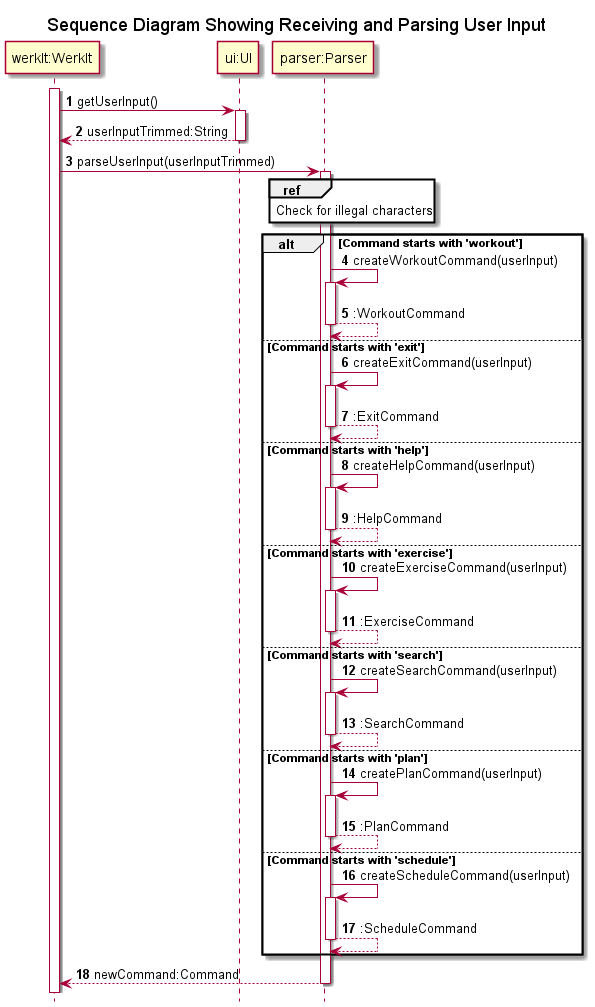
The PlantUML diagram docs/uml/sequenceDiagrams/miscellaneous/images/obtainAndParseUserInput.png in nus-cs2113-AY2122S2/tp, before a commit.
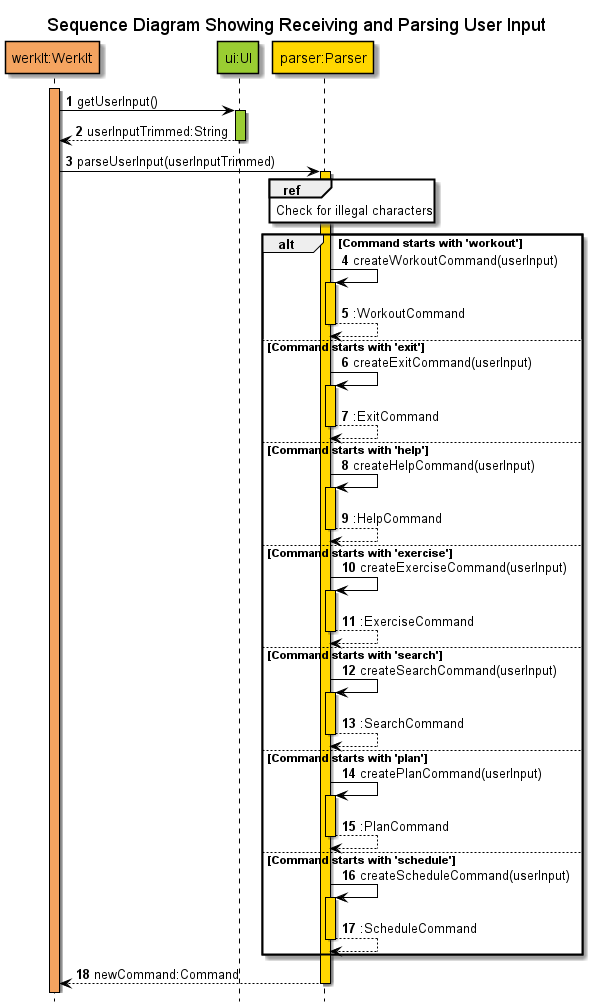
Later version of the same file.

The edit, as a diff of the source:
```diff
@@ -6,48 +6,48 @@
 
 autonumber
 
-participant "werkIt:WerkIt" AS WerkIt
-participant "ui:UI" AS UI
-participant "parser:Parser" AS Parser
+participant "werkIt:WerkIt" AS WerkIt COLOR_WERKIT
+participant "ui:UI" AS UI COLOR_UI
+participant "parser:Parser" AS Parser COLOR_PARSER
 
-activate WerkIt
+activate WerkIt COLOR_WERKIT
 WerkIt -> UI : getUserInput()
-activate UI
+activate UI COLOR_UI
 return userInputTrimmed:String
 
 WerkIt -> Parser : parseUserInput(userInputTrimmed)
-activate Parser
+activate Parser COLOR_PARSER
 ref over Parser
 Check for illegal characters
 end
 
 alt Command starts with 'workout'
     Parser -> Parser : createWorkoutCommand(userInput)
-    activate Parser
+    activate Parser COLOR_PARSER
     return :WorkoutCommand
 else Command starts with 'exit'
     Parser -> Parser : createExitCommand(userInput)
-    activate Parser
+    activate Parser COLOR_PARSER
     return :ExitCommand
 else Command starts with 'help'
     Parser -> Parser : createHelpCommand(userInput)
-    activate Parser
+    activate Parser COLOR_PARSER
     return :HelpCommand
 else Command starts with 'exercise'
     Parser -> Parser : createExerciseCommand(userInput)
-    activate Parser
+    activate Parser COLOR_PARSER
     return :ExerciseCommand
 else Command starts with 'search'
     Parser -> Parser : createSearchCommand(userInput)
-    activate Parser
+    activate Parser COLOR_PARSER
     return :SearchCommand
 else Command starts with 'plan'
     Parser -> Parser : createPlanCommand(userInput)
-    activate Parser
+    activate Parser COLOR_PARSER
     return :PlanCommand
 else Command starts with 'schedule'
     Parser -> Parser : createScheduleCommand(userInput)
-    activate Parser
+    activate Parser COLOR_PARSER
     return :ScheduleCommand
 end
 
```
